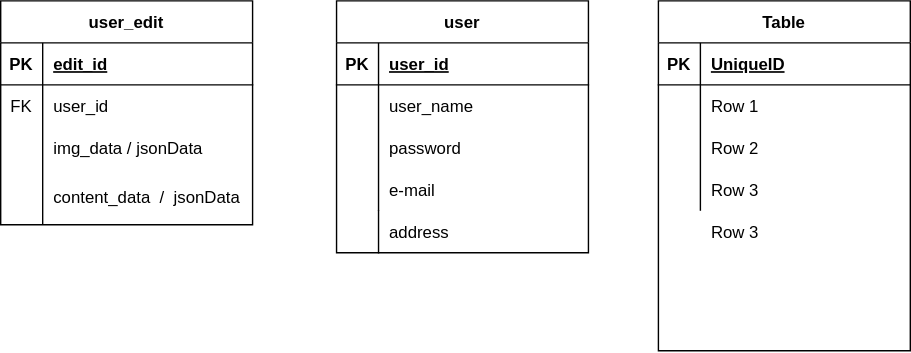
Before: DB_ER/ER.drawio.svg, a diagram exported from draw.io (DEJIBUMI-Development-team/HEW_IH12_5). Source tidied: cells renumbered, new cells last; positions are measured from the earlier drawing's top-left corner, leaving out a move shared by most shapes.
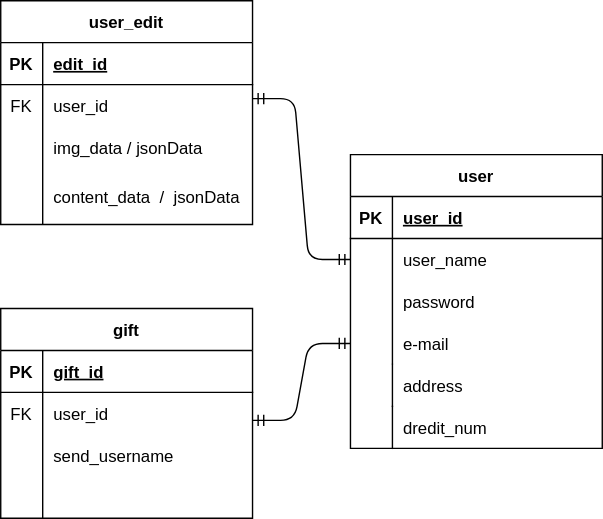
The same diagram one commit later.

What changed in the source:
```diff
@@ -3,7 +3,7 @@
     <mxCell id="0" />
     <mxCell id="1" parent="0" />
     <mxCell id="2" value="user_edit" style="shape=table;startSize=30;rowLines=0;fontStyle=1;align=center;" parent="1" vertex="1">
-      <mxGeometry width="180" height="160" as="geometry" />
+      <mxGeometry x="270" width="180" height="160" as="geometry" />
     </mxCell>
     <mxCell id="3" style="shape=partialRectangle;fillColor=none;top=0;left=0;bottom=1;right=0;" parent="2" vertex="1">
       <mxGeometry y="30" width="180" height="30" as="geometry" />
@@ -42,7 +42,7 @@
       <mxGeometry x="30" width="150" height="40" as="geometry" />
     </mxCell>
     <mxCell id="15" value="user" style="shape=table;startSize=30;rowLines=0;fontStyle=1;align=center;" parent="1" vertex="1">
-      <mxGeometry x="240" width="180" height="180" as="geometry" />
+      <mxGeometry x="520" y="110" width="180" height="210" as="geometry" />
     </mxCell>
     <mxCell id="16" style="shape=partialRectangle;fillColor=none;top=0;left=0;bottom=1;right=0;" parent="15" vertex="1">
       <mxGeometry y="30" width="180" height="30" as="geometry" />
@@ -80,8 +80,8 @@
     <mxCell id="27" value="e-mail" style="shape=partialRectangle;fillColor=none;top=0;left=0;bottom=0;right=0;align=left;spacingLeft=6;overflow=hidden;" parent="25" vertex="1">
       <mxGeometry x="30" width="150" height="30" as="geometry" />
     </mxCell>
-    <mxCell id="28" value="Table" style="shape=table;startSize=30;rowLines=0;fontStyle=1;align=center;" parent="1" vertex="1">
-      <mxGeometry x="470" width="180" height="250" as="geometry" />
+    <mxCell id="28" value="gift" style="shape=table;startSize=30;rowLines=0;fontStyle=1;align=center;" parent="1" vertex="1">
+      <mxGeometry x="270" y="220" width="180" height="150" as="geometry" />
     </mxCell>
     <mxCell id="29" style="shape=partialRectangle;fillColor=none;top=0;left=0;bottom=1;right=0;" parent="28" vertex="1">
       <mxGeometry y="30" width="180" height="30" as="geometry" />
@@ -89,16 +89,16 @@
     <mxCell id="30" value="PK" style="shape=partialRectangle;fillColor=none;top=0;left=0;bottom=0;right=0;fontStyle=1;overflow=hidden;" parent="29" vertex="1">
       <mxGeometry width="30" height="30" as="geometry" />
     </mxCell>
-    <mxCell id="31" value="UniqueID" style="shape=partialRectangle;fillColor=none;top=0;left=0;bottom=0;right=0;align=left;spacingLeft=6;fontStyle=5;overflow=hidden;" parent="29" vertex="1">
+    <mxCell id="31" value="gift_id" style="shape=partialRectangle;fillColor=none;top=0;left=0;bottom=0;right=0;align=left;spacingLeft=6;fontStyle=5;overflow=hidden;" parent="29" vertex="1">
       <mxGeometry x="30" width="150" height="30" as="geometry" />
     </mxCell>
     <mxCell id="32" style="shape=partialRectangle;fillColor=none;top=0;left=0;bottom=0;right=0;" parent="28" vertex="1">
       <mxGeometry y="60" width="180" height="30" as="geometry" />
     </mxCell>
-    <mxCell id="33" style="shape=partialRectangle;fillColor=none;top=0;left=0;bottom=0;right=0;overflow=hidden;" parent="32" vertex="1">
+    <mxCell id="33" value="FK" style="shape=partialRectangle;fillColor=none;top=0;left=0;bottom=0;right=0;overflow=hidden;" parent="32" vertex="1">
       <mxGeometry width="30" height="30" as="geometry" />
     </mxCell>
-    <mxCell id="34" value="Row 1" style="shape=partialRectangle;fillColor=none;top=0;left=0;bottom=0;right=0;align=left;spacingLeft=6;overflow=hidden;" parent="32" vertex="1">
+    <mxCell id="34" value="user_id" style="shape=partialRectangle;fillColor=none;top=0;left=0;bottom=0;right=0;align=left;spacingLeft=6;overflow=hidden;" parent="32" vertex="1">
       <mxGeometry x="30" width="150" height="30" as="geometry" />
     </mxCell>
     <mxCell id="35" style="shape=partialRectangle;fillColor=none;top=0;left=0;bottom=0;right=0;" parent="28" vertex="1">
@@ -107,7 +107,7 @@
     <mxCell id="36" style="shape=partialRectangle;fillColor=none;top=0;left=0;bottom=0;right=0;overflow=hidden;" parent="35" vertex="1">
       <mxGeometry width="30" height="30" as="geometry" />
     </mxCell>
-    <mxCell id="37" value="Row 2" style="shape=partialRectangle;fillColor=none;top=0;left=0;bottom=0;right=0;align=left;spacingLeft=6;overflow=hidden;" parent="35" vertex="1">
+    <mxCell id="37" value="send_username" style="shape=partialRectangle;fillColor=none;top=0;left=0;bottom=0;right=0;align=left;spacingLeft=6;overflow=hidden;" parent="35" vertex="1">
       <mxGeometry x="30" width="150" height="30" as="geometry" />
     </mxCell>
     <mxCell id="38" style="shape=partialRectangle;fillColor=none;top=0;left=0;bottom=0;right=0;" parent="28" vertex="1">
@@ -116,14 +116,11 @@
     <mxCell id="39" style="shape=partialRectangle;fillColor=none;top=0;left=0;bottom=0;right=0;overflow=hidden;" parent="38" vertex="1">
       <mxGeometry width="30" height="30" as="geometry" />
     </mxCell>
-    <mxCell id="40" value="Row 3" style="shape=partialRectangle;fillColor=none;top=0;left=0;bottom=0;right=0;align=left;spacingLeft=6;overflow=hidden;" parent="38" vertex="1">
+    <mxCell id="40" style="shape=partialRectangle;fillColor=none;top=0;left=0;bottom=0;right=0;align=left;spacingLeft=6;overflow=hidden;" parent="38" vertex="1">
       <mxGeometry x="30" width="150" height="30" as="geometry" />
     </mxCell>
-    <mxCell id="41" value="Row 3" style="shape=partialRectangle;fillColor=none;top=0;left=0;bottom=0;right=0;align=left;spacingLeft=6;overflow=hidden;" parent="1" vertex="1">
-      <mxGeometry x="500" y="150" width="150" height="30" as="geometry" />
-    </mxCell>
     <mxCell id="42" style="shape=partialRectangle;fillColor=none;top=0;left=0;bottom=0;right=0;" parent="1" vertex="1">
-      <mxGeometry x="240" y="150" width="180" height="30" as="geometry" />
+      <mxGeometry x="520" y="260" width="180" height="30" as="geometry" />
     </mxCell>
     <mxCell id="43" style="shape=partialRectangle;fillColor=none;top=0;left=0;bottom=0;right=0;overflow=hidden;" parent="42" vertex="1">
       <mxGeometry width="30" height="30" as="geometry" />
@@ -131,5 +128,24 @@
     <mxCell id="44" value="address" style="shape=partialRectangle;fillColor=none;top=0;left=1;bottom=0;right=0;align=left;spacingLeft=6;overflow=hidden;" parent="42" vertex="1">
       <mxGeometry x="30" width="150" height="30" as="geometry" />
     </mxCell>
+    <mxCell id="45" style="shape=partialRectangle;fillColor=none;top=0;left=0;bottom=0;right=0;" parent="1" vertex="1">
+      <mxGeometry x="520" y="290" width="180" height="30" as="geometry" />
+    </mxCell>
+    <mxCell id="46" style="shape=partialRectangle;fillColor=none;top=0;left=0;bottom=0;right=0;overflow=hidden;" parent="45" vertex="1">
+      <mxGeometry width="30" height="30" as="geometry" />
+    </mxCell>
+    <mxCell id="47" value="dredit_num" style="shape=partialRectangle;fillColor=none;top=0;left=1;bottom=0;right=0;align=left;spacingLeft=6;overflow=hidden;" parent="45" vertex="1">
+      <mxGeometry x="30" width="150" height="30" as="geometry" />
+    </mxCell>
+    <mxCell id="48" style="edgeStyle=entityRelationEdgeStyle;fontSize=12;html=1;endArrow=ERmandOne;startArrow=ERmandOne;entryX=0;entryY=0.5;entryDx=0;entryDy=0;" parent="1" edge="1" target="19">
+      <mxGeometry relative="1" as="geometry">
+        <mxPoint x="450" y="70" as="sourcePoint" />
+      </mxGeometry>
+    </mxCell>
+    <mxCell id="49" style="edgeStyle=entityRelationEdgeStyle;fontSize=12;html=1;endArrow=ERmandOne;startArrow=ERmandOne;entryX=0;entryY=0.5;entryDx=0;entryDy=0;" parent="1" edge="1" target="25">
+      <mxGeometry relative="1" as="geometry">
+        <mxPoint x="450" y="300" as="sourcePoint" />
+      </mxGeometry>
+    </mxCell>
   </root>
 </mxGraphModel>
```
